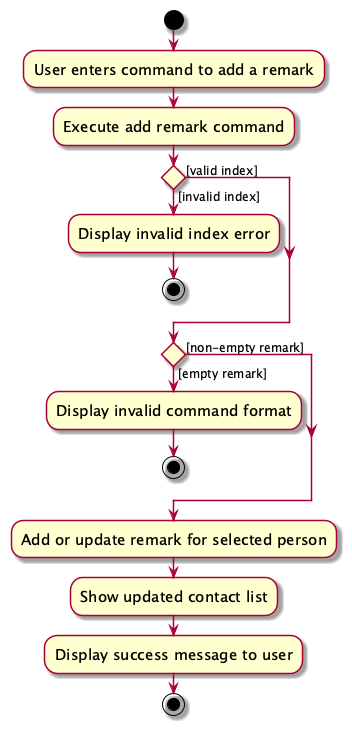
Earlier version of the PlantUML export docs/images/RemarkCommandActivityDiagram.png (tonyvict/tp). The source it was exported from:
```plantuml
@startuml
skin rose
skinparam ActivityFontSize 15
skinparam ArrowFontSize 12

start
:User enters command to add a remark;
:Execute add remark command;

if () then ([invalid index])
  :Display invalid index error;
  stop
else ([valid index])
endif

if () then ([empty remark])
  :Display invalid command format;
  stop
else ([non-empty remark])
endif

:Add or update remark for selected person;
:Show updated contact list;
:Display success message to user;
stop

@enduml
```
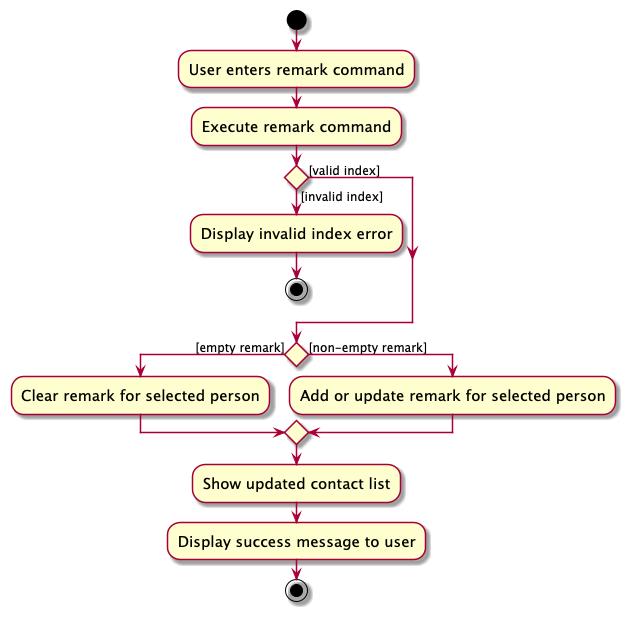
Later version of the same file.

Commit message:
Update activity diagrams

Change to the diagram source:
```diff
@@ -4,8 +4,8 @@
 skinparam ArrowFontSize 12
 
 start
-:User enters command to add a remark;
-:Execute add remark command;
+:User enters remark command;
+:Execute remark command;
 
 if () then ([invalid index])
   :Display invalid index error;
@@ -14,12 +14,10 @@
 endif
 
 if () then ([empty remark])
-  :Display invalid command format;
-  stop
+  :Clear remark for selected person;
 else ([non-empty remark])
+  :Add or update remark for selected person;
 endif
-
-:Add or update remark for selected person;
 :Show updated contact list;
 :Display success message to user;
 stop
```
